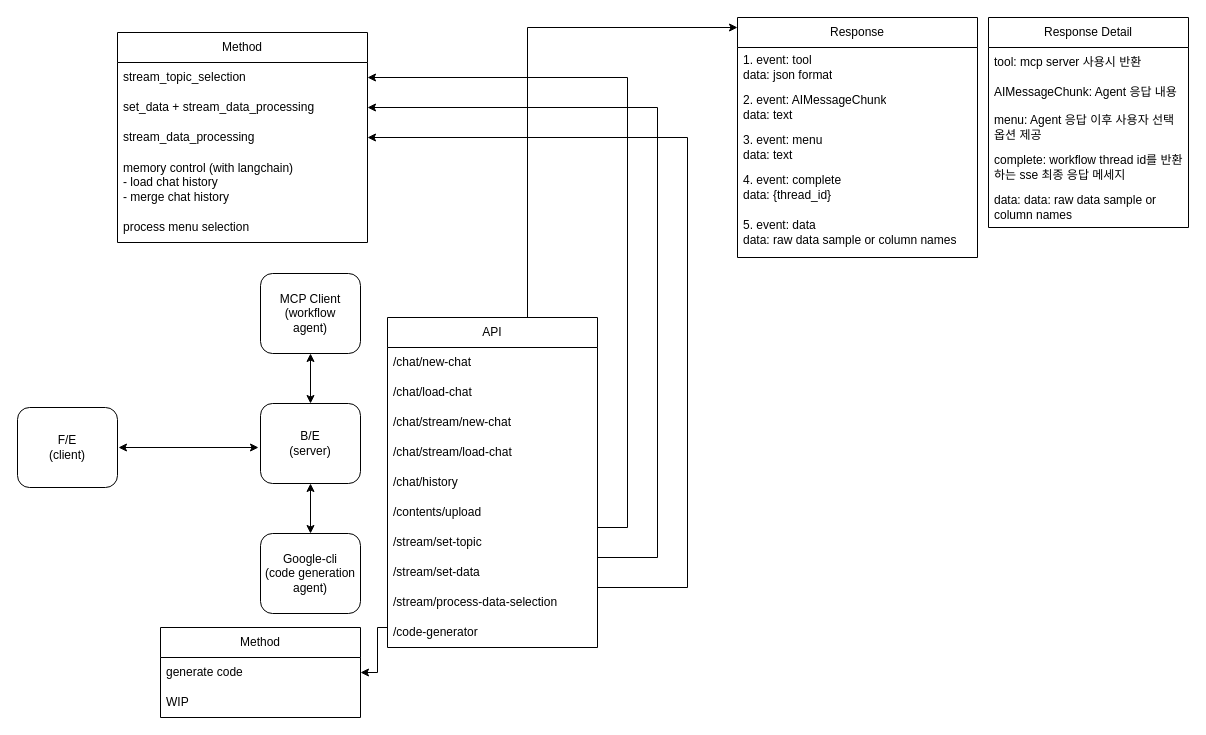
Before: docs/vibecraft.drawio in vibecraft25/vibecraft-backend, a draw.io diagram. Source tidied: cells renumbered, new cells numbered last; positions are measured from the earlier drawing's top-left corner, leaving out a move shared by most shapes. Both pictures are drawn from the tidied source at 100%, with x=0, y=0 at pixel (17, 17).
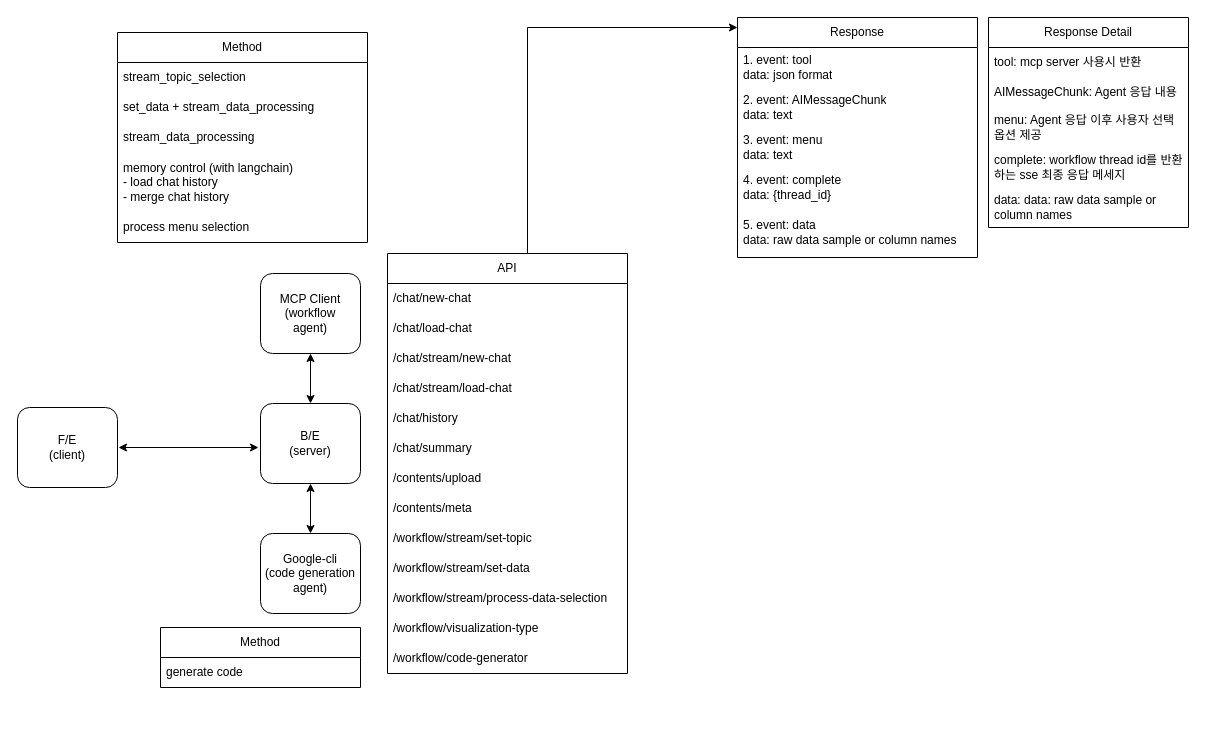
The same page after the edit.

Unchanged cells that the change refers to:
```xml
<mxCell id="9" value="stream_topic_selection" style="text;strokeColor=none;fillColor=none;align=left;verticalAlign=middle;spacingLeft=4;spacingRight=4;overflow=hidden;points=[[0,0.5],[1,0.5]];portConstraint=eastwest;whiteSpace=wrap;html=1;" parent="8" vertex="1">
  <mxGeometry y="30" width="250" height="30" as="geometry" />
</mxCell>
<mxCell id="10" value="set_data +&amp;nbsp;stream_data_processing" style="text;strokeColor=none;fillColor=none;align=left;verticalAlign=middle;spacingLeft=4;spacingRight=4;overflow=hidden;points=[[0,0.5],[1,0.5]];portConstraint=eastwest;whiteSpace=wrap;html=1;" parent="8" vertex="1">
  <mxGeometry y="60" width="250" height="30" as="geometry" />
</mxCell>
<mxCell id="11" value="stream_data_processing" style="text;strokeColor=none;fillColor=none;align=left;verticalAlign=middle;spacingLeft=4;spacingRight=4;overflow=hidden;points=[[0,0.5],[1,0.5]];portConstraint=eastwest;whiteSpace=wrap;html=1;" parent="8" vertex="1">
  <mxGeometry y="90" width="250" height="30" as="geometry" />
</mxCell>
<mxCell id="27" value="generate code" style="text;strokeColor=none;fillColor=none;align=left;verticalAlign=middle;spacingLeft=4;spacingRight=4;overflow=hidden;points=[[0,0.5],[1,0.5]];portConstraint=eastwest;whiteSpace=wrap;html=1;" parent="26" vertex="1">
  <mxGeometry y="30" width="200" height="30" as="geometry" />
</mxCell>
```

Diff of the diagram source:
```diff
@@
     <mxCell id="15" value="API" style="swimlane;fontStyle=0;horizontal=1;startSize=30;whiteSpace=wrap;html=1;" parent="1" vertex="1">
-      <mxGeometry x="370" y="300" width="210" height="330" as="geometry" />
+      <mxGeometry x="370" y="236" width="240" height="420" as="geometry" />
     </mxCell>
     <mxCell id="16" value="/chat/new-chat" style="text;strokeColor=none;fillColor=none;align=left;verticalAlign=middle;spacingLeft=4;spacingRight=4;overflow=hidden;whiteSpace=wrap;html=1;" parent="15" vertex="1">
-      <mxGeometry y="30" width="210" height="30" as="geometry" />
+      <mxGeometry y="30" width="240" height="30" as="geometry" />
     </mxCell>
     <mxCell id="17" value="/chat/load-chat" style="text;strokeColor=none;fillColor=none;align=left;verticalAlign=middle;spacingLeft=4;spacingRight=4;overflow=hidden;whiteSpace=wrap;html=1;" parent="15" vertex="1">
-      <mxGeometry y="60" width="210" height="30" as="geometry" />
+      <mxGeometry y="60" width="240" height="30" as="geometry" />
     </mxCell>
     <mxCell id="18" value="/chat/stream/new-chat" style="text;strokeColor=none;fillColor=none;align=left;verticalAlign=middle;spacingLeft=4;spacingRight=4;overflow=hidden;whiteSpace=wrap;html=1;" parent="15" vertex="1">
-      <mxGeometry y="90" width="210" height="30" as="geometry" />
+      <mxGeometry y="90" width="240" height="30" as="geometry" />
     </mxCell>
     <mxCell id="19" value="/chat/stream/load-chat" style="text;strokeColor=none;fillColor=none;align=left;verticalAlign=middle;spacingLeft=4;spacingRight=4;overflow=hidden;whiteSpace=wrap;html=1;" parent="15" vertex="1">
-      <mxGeometry y="120" width="210" height="30" as="geometry" />
+      <mxGeometry y="120" width="240" height="30" as="geometry" />
     </mxCell>
     <mxCell id="20" value="/chat/history" style="text;strokeColor=none;fillColor=none;align=left;verticalAlign=middle;spacingLeft=4;spacingRight=4;overflow=hidden;whiteSpace=wrap;html=1;" parent="15" vertex="1">
-      <mxGeometry y="150" width="210" height="30" as="geometry" />
+      <mxGeometry y="150" width="240" height="30" as="geometry" />
     </mxCell>
+    <mxCell id="46" value="/chat/summary" style="text;strokeColor=none;fillColor=none;align=left;verticalAlign=middle;spacingLeft=4;spacingRight=4;overflow=hidden;whiteSpace=wrap;html=1;" parent="15" vertex="1">
+      <mxGeometry y="180" width="240" height="30" as="geometry" />
+    </mxCell>
     <mxCell id="21" value="/contents/upload" style="text;strokeColor=none;fillColor=none;align=left;verticalAlign=middle;spacingLeft=4;spacingRight=4;overflow=hidden;whiteSpace=wrap;html=1;" parent="15" vertex="1">
-      <mxGeometry y="180" width="210" height="30" as="geometry" />
+      <mxGeometry y="210" width="240" height="30" as="geometry" />
     </mxCell>
+    <mxCell id="47" value="/contents/meta" style="text;strokeColor=none;fillColor=none;align=left;verticalAlign=middle;spacingLeft=4;spacingRight=4;overflow=hidden;whiteSpace=wrap;html=1;" parent="15" vertex="1">
+      <mxGeometry y="240" width="240" height="30" as="geometry" />
+    </mxCell>
-    <mxCell id="22" value="/stream/set-topic" style="text;strokeColor=none;fillColor=none;align=left;verticalAlign=middle;spacingLeft=4;spacingRight=4;overflow=hidden;points=[[0,0.5],[1,0.5]];portConstraint=eastwest;whiteSpace=wrap;html=1;" parent="15" vertex="1">
-      <mxGeometry y="210" width="210" height="30" as="geometry" />
+    <mxCell id="22" value="/workflow/stream/set-topic" style="text;strokeColor=none;fillColor=none;align=left;verticalAlign=middle;spacingLeft=4;spacingRight=4;overflow=hidden;points=[[0,0.5],[1,0.5]];portConstraint=eastwest;whiteSpace=wrap;html=1;" parent="15" vertex="1">
+      <mxGeometry y="270" width="240" height="30" as="geometry" />
     </mxCell>
-    <mxCell id="23" value="/stream/set-data" style="text;strokeColor=none;fillColor=none;align=left;verticalAlign=middle;spacingLeft=4;spacingRight=4;overflow=hidden;points=[[0,0.5],[1,0.5]];portConstraint=eastwest;whiteSpace=wrap;html=1;" parent="15" vertex="1">
-      <mxGeometry y="240" width="210" height="30" as="geometry" />
+    <mxCell id="23" value="/workflow/stream/set-data" style="text;strokeColor=none;fillColor=none;align=left;verticalAlign=middle;spacingLeft=4;spacingRight=4;overflow=hidden;points=[[0,0.5],[1,0.5]];portConstraint=eastwest;whiteSpace=wrap;html=1;" parent="15" vertex="1">
+      <mxGeometry y="300" width="240" height="30" as="geometry" />
     </mxCell>
-    <mxCell id="24" value="/stream/process-data-selection" style="text;strokeColor=none;fillColor=none;align=left;verticalAlign=middle;spacingLeft=4;spacingRight=4;overflow=hidden;points=[[0,0.5],[1,0.5]];portConstraint=eastwest;whiteSpace=wrap;html=1;" parent="15" vertex="1">
-      <mxGeometry y="270" width="210" height="30" as="geometry" />
+    <mxCell id="24" value="/workflow/stream/process-data-selection" style="text;strokeColor=none;fillColor=none;align=left;verticalAlign=middle;spacingLeft=4;spacingRight=4;overflow=hidden;points=[[0,0.5],[1,0.5]];portConstraint=eastwest;whiteSpace=wrap;html=1;" parent="15" vertex="1">
+      <mxGeometry y="330" width="240" height="30" as="geometry" />
     </mxCell>
+    <mxCell id="48" value="/workflow/visualization-type" style="text;strokeColor=none;fillColor=none;align=left;verticalAlign=middle;spacingLeft=4;spacingRight=4;overflow=hidden;whiteSpace=wrap;html=1;" parent="15" vertex="1">
+      <mxGeometry y="360" width="240" height="30" as="geometry" />
+    </mxCell>
-    <mxCell id="25" value="/code-generator" style="text;strokeColor=none;fillColor=none;align=left;verticalAlign=middle;spacingLeft=4;spacingRight=4;overflow=hidden;points=[[0,0.5],[1,0.5]];portConstraint=eastwest;whiteSpace=wrap;html=1;" parent="15" vertex="1">
-      <mxGeometry y="300" width="210" height="30" as="geometry" />
+    <mxCell id="25" value="/workflow/code-generator" style="text;strokeColor=none;fillColor=none;align=left;verticalAlign=middle;spacingLeft=4;spacingRight=4;overflow=hidden;points=[[0,0.5],[1,0.5]];portConstraint=eastwest;whiteSpace=wrap;html=1;" parent="15" vertex="1">
+      <mxGeometry y="390" width="240" height="30" as="geometry" />
     </mxCell>
     <mxCell id="26" value="Method" style="swimlane;fontStyle=0;horizontal=1;startSize=30;whiteSpace=wrap;html=1;" parent="1" vertex="1">
-      <mxGeometry x="143" y="610" width="200" height="90" as="geometry" />
+      <mxGeometry x="143" y="610" width="200" height="60" as="geometry" />
     </mxCell>
@@
-    <mxCell id="28" value="WIP" style="text;strokeColor=none;fillColor=none;align=left;verticalAlign=middle;spacingLeft=4;spacingRight=4;overflow=hidden;whiteSpace=wrap;html=1;" parent="26" vertex="1">
-      <mxGeometry y="60" width="200" height="30" as="geometry" />
-    </mxCell>
@@
-    <mxCell id="42" style="edgeStyle=orthogonalEdgeStyle;rounded=0;jettySize=auto;html=1;" parent="1" edge="1" source="25" target="27">
-      <mxGeometry relative="1" as="geometry">
-        <Array as="points">
-          <mxPoint x="360" y="610" />
-          <mxPoint x="360" y="655" />
-        </Array>
-      </mxGeometry>
-    </mxCell>
-    <mxCell id="43" style="edgeStyle=orthogonalEdgeStyle;rounded=0;jettySize=auto;html=1;entryX=1;entryY=0.5;entryDx=0;entryDy=0;" parent="1" edge="1" source="22" target="9">
-      <mxGeometry relative="1" as="geometry">
-        <Array as="points">
-          <mxPoint x="610" y="510" />
-          <mxPoint x="610" y="60" />
-        </Array>
-      </mxGeometry>
-    </mxCell>
-    <mxCell id="44" style="edgeStyle=orthogonalEdgeStyle;rounded=0;jettySize=auto;html=1;entryX=1;entryY=0.5;entryDx=0;entryDy=0;" parent="1" edge="1" source="23" target="10">
-      <mxGeometry relative="1" as="geometry">
-        <Array as="points">
-          <mxPoint x="640" y="540" />
-          <mxPoint x="640" y="90" />
-        </Array>
-      </mxGeometry>
-    </mxCell>
-    <mxCell id="45" style="edgeStyle=orthogonalEdgeStyle;rounded=0;jettySize=auto;html=1;entryX=1;entryY=0.5;entryDx=0;entryDy=0;" parent="1" edge="1" source="24" target="11">
-      <mxGeometry relative="1" as="geometry">
-        <Array as="points">
-          <mxPoint x="670" y="570" />
-          <mxPoint x="670" y="120" />
-        </Array>
-      </mxGeometry>
-    </mxCell>
```
